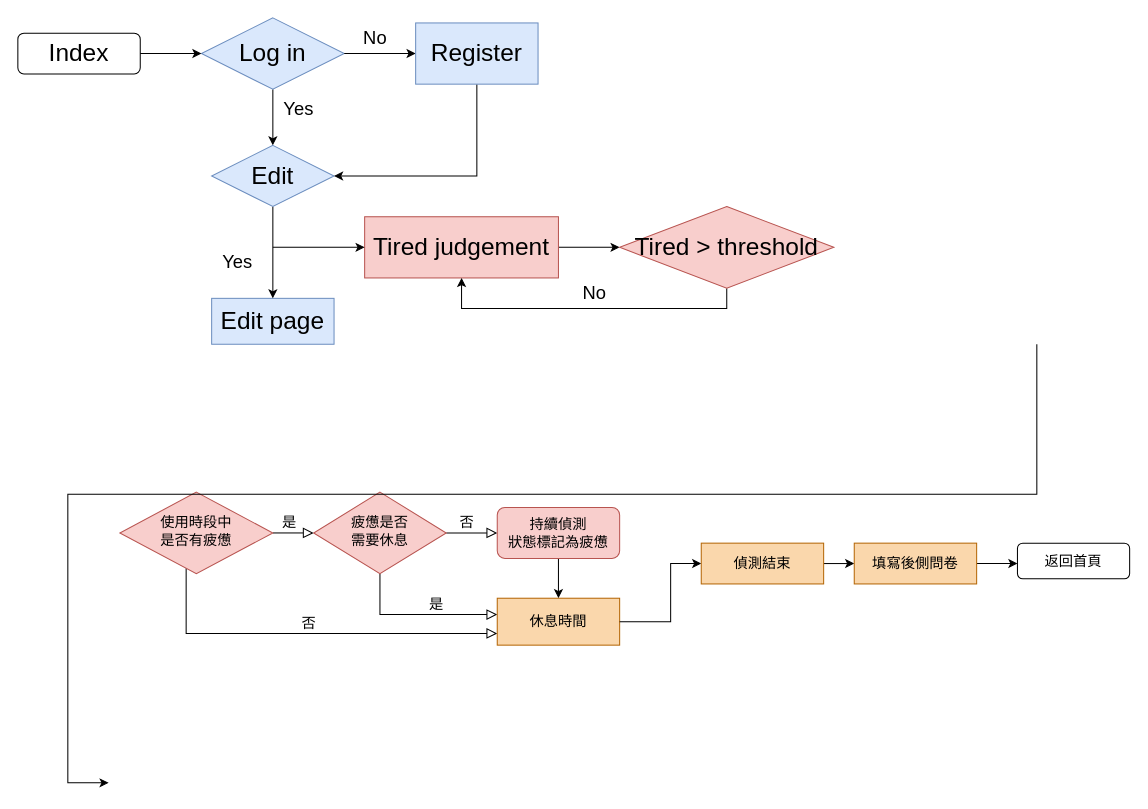
Above: 流程圖.drawio in TsaiMandy9112/Eye-detection (draw.io), before the change. Source tidied: cells renumbered, new cells numbered last; positions are measured from the earlier drawing's top-left corner, leaving out a move shared by most shapes. Both pictures are drawn from the tidied source at 102%, with x=0, y=0 at pixel (17, 17).
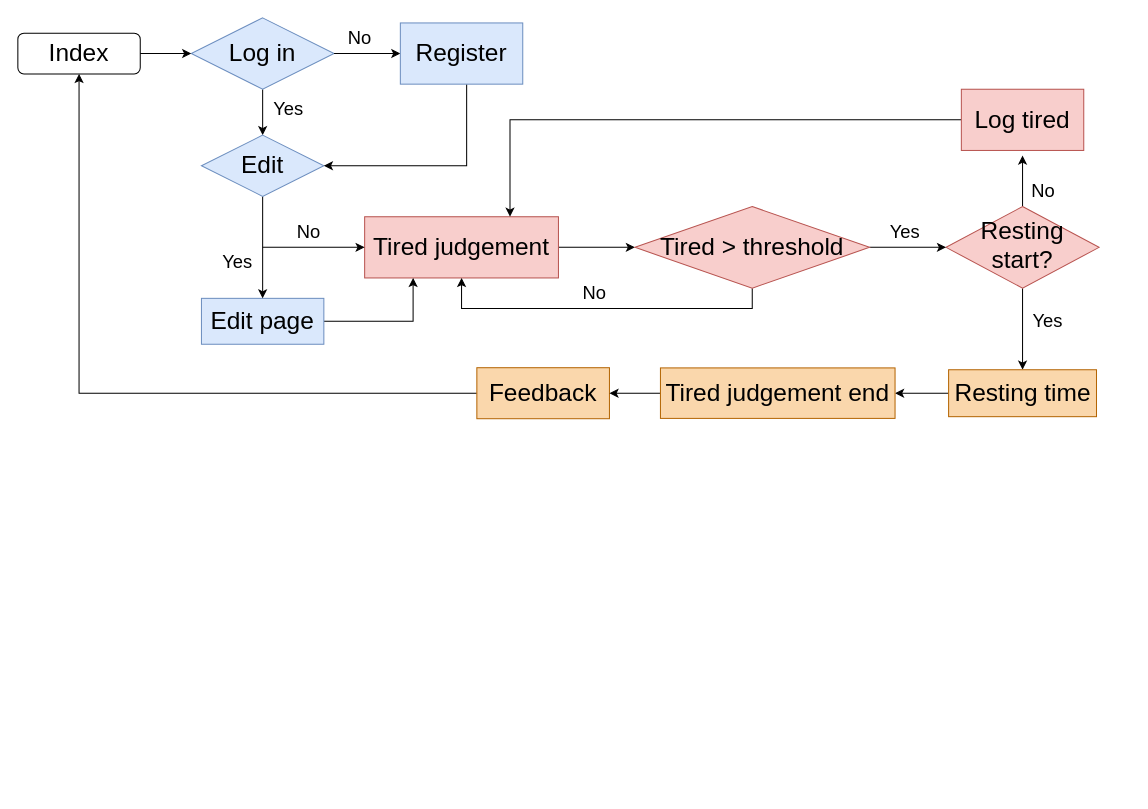
The same page after the edit.

Commit message (it also covers changes not shown here):
更新流程圖.drawio

The change refers to these unchanged cells:
```xml
<mxCell id="2" value="&lt;font style=&quot;vertical-align: inherit; font-size: 24px;&quot;&gt;Index&lt;/font&gt;" style="rounded=1;whiteSpace=wrap;html=1;fontSize=12;glass=0;strokeWidth=1;shadow=0;" parent="1" vertex="1">
  <mxGeometry y="15" width="120" height="40" as="geometry" />
</mxCell>
<mxCell id="18" value="&lt;font style=&quot;font-size: 24px;&quot;&gt;Tired judgement&lt;/font&gt;" style="rounded=0;whiteSpace=wrap;html=1;fillColor=#f8cecc;strokeColor=#b85450;" parent="1" vertex="1">
  <mxGeometry x="340" y="195" width="190" height="60" as="geometry" />
</mxCell>
```

Change to the diagram source:
```diff
@@
-    <mxCell id="3" value="&lt;span style=&quot;font-size: 14px;&quot;&gt;是&lt;/span&gt;" style="rounded=0;html=1;jettySize=auto;fontSize=11;endArrow=block;endFill=0;endSize=8;strokeWidth=1;shadow=0;labelBackgroundColor=none;edgeStyle=orthogonalEdgeStyle;" parent="1" edge="1" source="5" target="8">
-      <mxGeometry x="-0.2" y="10" relative="1" as="geometry" />
-    </mxCell>
+    <mxCell id="37" style="edgeStyle=orthogonalEdgeStyle;rounded=0;jettySize=auto;html=1;" parent="1" edge="1" source="5">
+      <mxGeometry relative="1" as="geometry">
+        <mxPoint x="985" y="135" as="targetPoint" />
+      </mxGeometry>
+    </mxCell>
-    <mxCell id="4" value="&lt;font style=&quot;font-size: 14px;&quot;&gt;否&lt;/font&gt;" style="edgeStyle=orthogonalEdgeStyle;rounded=0;html=1;jettySize=auto;fontSize=11;endArrow=block;endFill=0;endSize=8;strokeWidth=1;shadow=0;labelBackgroundColor=none;entryX=0;entryY=0.75;entryDx=0;entryDy=0;" parent="1" edge="1" source="5" target="22">
-      <mxGeometry y="10" relative="1" as="geometry">
-        <Array as="points">
-          <mxPoint x="165" y="604" />
-        </Array>
-      </mxGeometry>
+    <mxCell id="4" style="edgeStyle=orthogonalEdgeStyle;rounded=0;jettySize=auto;html=1;entryX=0.5;entryY=0;entryDx=0;entryDy=0;" parent="1" edge="1" source="5" target="22">
+      <mxGeometry relative="1" as="geometry" />
     </mxCell>
-    <mxCell id="5" value="&lt;font style=&quot;font-size: 14px;&quot;&gt;使用時段中&lt;/font&gt;&lt;div&gt;&lt;font style=&quot;font-size: 14px;&quot;&gt;是否有疲憊&lt;/font&gt;&lt;/div&gt;" style="rhombus;whiteSpace=wrap;html=1;shadow=0;fontFamily=Helvetica;fontSize=12;align=center;strokeWidth=1;spacing=6;spacingTop=-4;fillColor=#f8cecc;strokeColor=#b85450;" parent="1" vertex="1">
-      <mxGeometry x="100" y="465" width="150" height="80" as="geometry" />
+    <mxCell id="5" value="&lt;font style=&quot;font-size: 24px;&quot;&gt;Resting start?&lt;/font&gt;" style="rhombus;whiteSpace=wrap;html=1;shadow=0;fontFamily=Helvetica;fontSize=12;align=center;strokeWidth=1;spacing=6;spacingTop=-4;fillColor=#f8cecc;strokeColor=#b85450;" parent="1" vertex="1">
+      <mxGeometry x="910" y="185" width="150" height="80" as="geometry" />
     </mxCell>
-    <mxCell id="6" value="&lt;font style=&quot;font-size: 14px;&quot;&gt;否&lt;/font&gt;" style="rounded=0;html=1;jettySize=auto;fontSize=11;endArrow=block;endFill=0;endSize=8;strokeWidth=1;shadow=0;labelBackgroundColor=none;edgeStyle=orthogonalEdgeStyle;" parent="1" edge="1" source="8" target="10">
-      <mxGeometry x="-0.2" y="10" relative="1" as="geometry">
-        <Array as="points">
-          <mxPoint x="440" y="505" />
-          <mxPoint x="440" y="505" />
-        </Array>
-      </mxGeometry>
-    </mxCell>
-    <mxCell id="7" value="&lt;font style=&quot;font-size: 14px;&quot;&gt;是&lt;/font&gt;" style="edgeStyle=orthogonalEdgeStyle;rounded=0;html=1;jettySize=auto;fontSize=11;endArrow=block;endFill=0;endSize=8;strokeWidth=1;shadow=0;labelBackgroundColor=none;exitX=0.5;exitY=1;exitDx=0;exitDy=0;" parent="1" edge="1" source="8">
-      <mxGeometry x="0.23" y="10" relative="1" as="geometry">
-        <mxPoint x="470" y="585" as="targetPoint" />
-        <Array as="points">
-          <mxPoint x="355" y="585" />
-          <mxPoint x="470" y="585" />
-        </Array>
-      </mxGeometry>
-    </mxCell>
-    <mxCell id="8" value="&lt;font style=&quot;vertical-align: inherit; font-size: 14px;&quot;&gt;疲憊是否&lt;/font&gt;&lt;div&gt;&lt;font style=&quot;vertical-align: inherit; font-size: 14px;&quot;&gt;需要休息&lt;/font&gt;&lt;/div&gt;" style="rhombus;whiteSpace=wrap;html=1;shadow=0;fontFamily=Helvetica;fontSize=12;align=center;strokeWidth=1;spacing=6;spacingTop=-4;fillColor=#f8cecc;strokeColor=#b85450;" parent="1" vertex="1">
-      <mxGeometry x="290" y="465" width="130" height="80" as="geometry" />
-    </mxCell>
-    <mxCell id="9" style="edgeStyle=orthogonalEdgeStyle;rounded=0;jettySize=auto;html=1;exitX=0.5;exitY=1;exitDx=0;exitDy=0;entryX=0.5;entryY=0;entryDx=0;entryDy=0;" parent="1" edge="1" source="10" target="22">
-      <mxGeometry relative="1" as="geometry" />
-    </mxCell>
-    <mxCell id="10" value="&lt;font style=&quot;vertical-align: inherit; font-size: 14px;&quot;&gt;持續偵測&lt;/font&gt;&lt;div&gt;&lt;span style=&quot;font-size: 14px;&quot;&gt;狀態標記為疲憊&lt;/span&gt;&lt;/div&gt;" style="rounded=1;whiteSpace=wrap;html=1;fontSize=12;glass=0;strokeWidth=1;shadow=0;fillColor=#f8cecc;strokeColor=#b85450;" parent="1" vertex="1">
-      <mxGeometry x="470" y="480" width="120" height="50" as="geometry" />
-    </mxCell>
-    <mxCell id="11" style="edgeStyle=orthogonalEdgeStyle;rounded=0;jettySize=auto;html=1;exitX=0.5;exitY=1;exitDx=0;exitDy=0;exitPerimeter=0;entryX=0.5;entryY=0;entryDx=0;entryDy=0;" parent="1" edge="1" source="12">
+    <mxCell id="11" style="edgeStyle=orthogonalEdgeStyle;rounded=0;jettySize=auto;html=1;exitX=0.5;exitY=1;exitDx=0;exitDy=0;exitPerimeter=0;entryX=0.5;entryY=0;entryDx=0;entryDy=0;" parent="1" edge="1" source="12" target="29">
       <mxGeometry relative="1" as="geometry">
-        <mxPoint x="250" y="125" as="targetPoint" />
         <Array as="points">
-          <mxPoint x="250" y="95" />
-          <mxPoint x="250" y="95" />
+          <mxPoint x="240" y="95" />
+          <mxPoint x="240" y="95" />
         </Array>
       </mxGeometry>
     </mxCell>
     <mxCell id="12" value="&lt;font style=&quot;font-size: 24px;&quot;&gt;Log in&lt;/font&gt;" style="strokeWidth=1;html=1;shape=mxgraph.flowchart.decision;whiteSpace=wrap;fillColor=#dae8fc;strokeColor=#6c8ebf;" parent="1" vertex="1">
-      <mxGeometry x="180" width="140" height="70" as="geometry" />
+      <mxGeometry x="170" width="140" height="70" as="geometry" />
     </mxCell>
@@
     <mxCell id="14" value="&lt;font style=&quot;font-size: 18px;&quot;&gt;Yes&lt;/font&gt;" style="text;html=1;align=center;verticalAlign=middle;strokeColor=none;fillColor=none;" parent="1" vertex="1">
-      <mxGeometry x="250" y="75" width="50" height="30" as="geometry" />
+      <mxGeometry x="240" y="75" width="50" height="30" as="geometry" />
     </mxCell>
     <mxCell id="15" value="&lt;font style=&quot;font-size: 18px;&quot;&gt;No&lt;/font&gt;" style="text;html=1;align=center;verticalAlign=middle;strokeColor=none;fillColor=none;" parent="1" vertex="1">
-      <mxGeometry x="325" y="5" width="50" height="30" as="geometry" />
+      <mxGeometry x="310" y="5" width="50" height="30" as="geometry" />
     </mxCell>
@@
+    <mxCell id="38" style="edgeStyle=orthogonalEdgeStyle;rounded=0;jettySize=auto;html=1;entryX=0.25;entryY=1;entryDx=0;entryDy=0;" parent="1" edge="1" source="19" target="18">
+      <mxGeometry relative="1" as="geometry" />
+    </mxCell>
     <mxCell id="19" value="&lt;font style=&quot;font-size: 24px;&quot;&gt;Edit page&lt;/font&gt;" style="rounded=0;whiteSpace=wrap;html=1;fillColor=#dae8fc;strokeColor=#6c8ebf;" parent="1" vertex="1">
-      <mxGeometry x="190" y="275" width="120" height="45" as="geometry" />
+      <mxGeometry x="180" y="275" width="120" height="45" as="geometry" />
     </mxCell>
-    <mxCell id="20" style="edgeStyle=orthogonalEdgeStyle;rounded=0;orthogonalLoop=1;jettySize=auto;html=1;exitX=0.5;exitY=1;exitDx=0;exitDy=0;entryX=0;entryY=0.5;entryDx=0;entryDy=0;" parent="1" edge="1">
-      <mxGeometry relative="1" as="geometry">
-        <mxPoint x="999" y="320" as="sourcePoint" />
-        <mxPoint x="89" y="750" as="targetPoint" />
-        <Array as="points">
-          <mxPoint x="964" y="467" />
-          <mxPoint x="49" y="467" />
-          <mxPoint x="49" y="540" />
-        </Array>
-      </mxGeometry>
-    </mxCell>
-    <mxCell id="21" style="edgeStyle=orthogonalEdgeStyle;rounded=0;jettySize=auto;html=1;exitX=1;exitY=0.5;exitDx=0;exitDy=0;entryX=0;entryY=0.5;entryDx=0;entryDy=0;" parent="1" edge="1" source="26" target="24">
-      <mxGeometry relative="1" as="geometry" />
-    </mxCell>
+    <mxCell id="39" style="edgeStyle=orthogonalEdgeStyle;rounded=0;jettySize=auto;html=1;" parent="1" edge="1" source="22" target="49">
+      <mxGeometry relative="1" as="geometry" />
+    </mxCell>
-    <mxCell id="22" value="&lt;font style=&quot;font-size: 14px;&quot;&gt;休息時間&lt;/font&gt;" style="rounded=0;whiteSpace=wrap;html=1;fillColor=#fad7ac;strokeColor=#b46504;" parent="1" vertex="1">
-      <mxGeometry x="470" y="569" width="120" height="46" as="geometry" />
+    <mxCell id="22" value="&lt;font style=&quot;font-size: 24px;&quot;&gt;Resting time&lt;/font&gt;" style="rounded=0;whiteSpace=wrap;html=1;fillColor=#fad7ac;strokeColor=#b46504;" parent="1" vertex="1">
+      <mxGeometry x="912.5" y="345" width="145" height="46" as="geometry" />
     </mxCell>
-    <mxCell id="23" style="edgeStyle=orthogonalEdgeStyle;rounded=0;jettySize=auto;html=1;exitX=1;exitY=0.5;exitDx=0;exitDy=0;entryX=0;entryY=0.5;entryDx=0;entryDy=0;" parent="1" edge="1" source="24">
-      <mxGeometry relative="1" as="geometry">
-        <mxPoint x="980" y="535" as="targetPoint" />
-      </mxGeometry>
-    </mxCell>
+    <mxCell id="40" style="edgeStyle=orthogonalEdgeStyle;rounded=0;jettySize=auto;html=1;entryX=0.5;entryY=1;entryDx=0;entryDy=0;" parent="1" edge="1" source="24" target="2">
+      <mxGeometry relative="1" as="geometry" />
+    </mxCell>
-    <mxCell id="24" value="&lt;font style=&quot;font-size: 14px;&quot;&gt;填寫後側問卷&lt;/font&gt;" style="rounded=0;whiteSpace=wrap;html=1;fillColor=#fad7ac;strokeColor=#b46504;" parent="1" vertex="1">
-      <mxGeometry x="820" y="515" width="120" height="40" as="geometry" />
+    <mxCell id="24" value="&lt;font style=&quot;font-size: 24px;&quot;&gt;Feedback&lt;/font&gt;" style="rounded=0;whiteSpace=wrap;html=1;fillColor=#fad7ac;strokeColor=#b46504;" parent="1" vertex="1">
+      <mxGeometry x="450" y="343" width="130" height="50" as="geometry" />
     </mxCell>
-    <mxCell id="25" style="edgeStyle=orthogonalEdgeStyle;rounded=0;jettySize=auto;html=1;exitX=1;exitY=0.5;exitDx=0;exitDy=0;entryX=0;entryY=0.5;entryDx=0;entryDy=0;" parent="1" edge="1" source="22" target="26">
-      <mxGeometry relative="1" as="geometry">
-        <Array as="points">
-          <mxPoint x="640" y="592" />
-          <mxPoint x="640" y="535" />
-        </Array>
-      </mxGeometry>
-    </mxCell>
-    <mxCell id="26" value="&lt;font style=&quot;font-size: 14px;&quot;&gt;偵測結束&lt;/font&gt;" style="rounded=0;whiteSpace=wrap;html=1;fillColor=#fad7ac;strokeColor=#b46504;" parent="1" vertex="1">
-      <mxGeometry x="670" y="515" width="120" height="40" as="geometry" />
-    </mxCell>
-    <mxCell id="27" value="&lt;font style=&quot;font-size: 14px;&quot;&gt;返回首頁&lt;/font&gt;" style="rounded=1;whiteSpace=wrap;html=1;" parent="1" vertex="1">
-      <mxGeometry x="980" y="515" width="110" height="35" as="geometry" />
-    </mxCell>
@@
     <mxCell id="29" value="&lt;font style=&quot;font-size: 24px;&quot;&gt;Edit&lt;/font&gt;" style="rhombus;whiteSpace=wrap;html=1;fillColor=#dae8fc;strokeColor=#6c8ebf;" parent="1" vertex="1">
-      <mxGeometry x="190" y="125" width="120" height="60" as="geometry" />
+      <mxGeometry x="180" y="115" width="120" height="60" as="geometry" />
     </mxCell>
-    <mxCell id="30" style="edgeStyle=orthogonalEdgeStyle;rounded=0;jettySize=auto;html=1;entryX=1;entryY=0.5;entryDx=0;entryDy=0;" parent="1" edge="1" source="31" target="29">
+    <mxCell id="30" style="edgeStyle=orthogonalEdgeStyle;rounded=0;orthogonalLoop=1;jettySize=auto;html=1;" parent="1" edge="1">
       <mxGeometry relative="1" as="geometry">
+        <mxPoint x="440" y="65" as="sourcePoint" />
+        <mxPoint x="300" y="145" as="targetPoint" />
         <Array as="points">
-          <mxPoint x="450" y="155" />
+          <mxPoint x="440" y="145" />
+          <mxPoint x="300" y="145" />
         </Array>
       </mxGeometry>
     </mxCell>
     <mxCell id="31" value="&lt;font style=&quot;font-size: 24px;&quot;&gt;Register&lt;/font&gt;" style="rounded=0;whiteSpace=wrap;html=1;fillColor=#dae8fc;strokeColor=#6c8ebf;" parent="1" vertex="1">
-      <mxGeometry x="390" y="5" width="120" height="60" as="geometry" />
+      <mxGeometry x="375" y="5" width="120" height="60" as="geometry" />
     </mxCell>
@@
     <mxCell id="33" style="endArrow=classic;html=1;rounded=0;" parent="1" edge="1">
       <mxGeometry relative="1" as="geometry">
-        <mxPoint x="250" y="225" as="sourcePoint" />
+        <mxPoint x="240" y="225" as="sourcePoint" />
         <mxPoint x="340" y="225" as="targetPoint" />
       </mxGeometry>
     </mxCell>
-    <mxCell id="34" style="edgeStyle=orthogonalEdgeStyle;rounded=0;jettySize=auto;html=1;entryX=0.5;entryY=1;entryDx=0;entryDy=0;" parent="1" edge="1" source="35" target="18">
+    <mxCell id="34" style="edgeStyle=orthogonalEdgeStyle;rounded=0;jettySize=auto;html=1;entryX=0.5;entryY=1;entryDx=0;entryDy=0;exitX=0.5;exitY=1;exitDx=0;exitDy=0;" parent="1" edge="1" source="35" target="18">
       <mxGeometry relative="1" as="geometry">
         <Array as="points">
-          <mxPoint x="695" y="285" />
+          <mxPoint x="720" y="285" />
           <mxPoint x="435" y="285" />
         </Array>
       </mxGeometry>
     </mxCell>
+    <mxCell id="41" style="edgeStyle=orthogonalEdgeStyle;rounded=0;jettySize=auto;html=1;entryX=0;entryY=0.5;entryDx=0;entryDy=0;" parent="1" edge="1" source="35" target="5">
+      <mxGeometry relative="1" as="geometry" />
+    </mxCell>
     <mxCell id="35" value="&lt;font style=&quot;font-size: 24px;&quot;&gt;Tired &amp;gt; threshold&lt;/font&gt;" style="rhombus;whiteSpace=wrap;html=1;fillColor=#f8cecc;strokeColor=#b85450;" parent="1" vertex="1">
-      <mxGeometry x="590" y="185" width="210" height="80" as="geometry" />
+      <mxGeometry x="605" y="185" width="230" height="80" as="geometry" />
     </mxCell>
@@
+    <mxCell id="42" value="&lt;font style=&quot;font-size: 18px;&quot;&gt;Yes&lt;/font&gt;" style="text;html=1;align=center;verticalAlign=middle;whiteSpace=wrap;rounded=0;" parent="1" vertex="1">
+      <mxGeometry x="840" y="195" width="60" height="30" as="geometry" />
+    </mxCell>
+    <mxCell id="43" value="&lt;font style=&quot;font-size: 18px;&quot;&gt;No&lt;/font&gt;" style="text;html=1;align=center;verticalAlign=middle;strokeColor=none;fillColor=none;" parent="1" vertex="1">
+      <mxGeometry x="260" y="195" width="50" height="30" as="geometry" />
+    </mxCell>
+    <mxCell id="44" style="edgeStyle=orthogonalEdgeStyle;rounded=0;jettySize=auto;html=1;entryX=0.75;entryY=0;entryDx=0;entryDy=0;" parent="1" edge="1" source="45" target="18">
+      <mxGeometry relative="1" as="geometry" />
+    </mxCell>
+    <mxCell id="45" value="&lt;font style=&quot;font-size: 24px;&quot;&gt;Log tired&lt;/font&gt;" style="rounded=0;whiteSpace=wrap;html=1;fillColor=#f8cecc;strokeColor=#b85450;" parent="1" vertex="1">
+      <mxGeometry x="925" y="70" width="120" height="60" as="geometry" />
+    </mxCell>
+    <mxCell id="46" value="&lt;font style=&quot;font-size: 18px;&quot;&gt;No&lt;/font&gt;" style="text;html=1;align=center;verticalAlign=middle;strokeColor=none;fillColor=none;" parent="1" vertex="1">
+      <mxGeometry x="980" y="155" width="50" height="30" as="geometry" />
+    </mxCell>
+    <mxCell id="47" value="&lt;font style=&quot;font-size: 18px;&quot;&gt;Yes&lt;/font&gt;" style="text;html=1;align=center;verticalAlign=middle;whiteSpace=wrap;rounded=0;" parent="1" vertex="1">
+      <mxGeometry x="980" y="282.5" width="60" height="30" as="geometry" />
+    </mxCell>
+    <mxCell id="48" style="edgeStyle=orthogonalEdgeStyle;rounded=0;jettySize=auto;html=1;entryX=1;entryY=0.5;entryDx=0;entryDy=0;" parent="1" edge="1" source="49" target="24">
+      <mxGeometry relative="1" as="geometry" />
+    </mxCell>
+    <mxCell id="49" value="&lt;font style=&quot;font-size: 24px;&quot;&gt;Tired judgement end&lt;/font&gt;" style="whiteSpace=wrap;html=1;fillColor=#fad7ac;strokeColor=#b46504;rounded=0;" parent="1" vertex="1">
+      <mxGeometry x="630" y="343.2" width="230" height="49.5" as="geometry" />
+    </mxCell>
```
